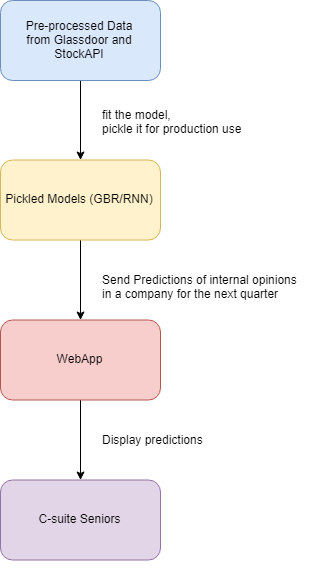
qinj/Internal_Sentiment_Towards_Workplace keeps this draw.io diagram as img/webapp_flowchart.png. Above is the earlier version. Source tidied: cells renumbered, new cells last; positions are measured from the earlier drawing's top-left corner, leaving out a move shared by most shapes.
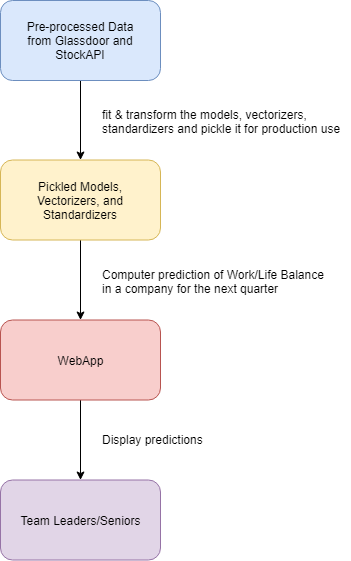
The same diagram one commit later.

The edit, as a diff of the source:
```diff
@@ -11,7 +11,7 @@
     <mxCell id="4" style="edgeStyle=orthogonalEdgeStyle;rounded=0;jettySize=auto;html=1;" parent="1" edge="1" source="5" target="7">
       <mxGeometry relative="1" as="geometry" />
     </mxCell>
-    <mxCell id="5" value="Pickled Models (GBR/RNN)" style="rounded=1;whiteSpace=wrap;html=1;fillColor=#fff2cc;strokeColor=#d6b656;" parent="1" vertex="1">
+    <mxCell id="5" value="Pickled Models,&lt;br&gt;Vectorizers, and Standardizers" style="rounded=1;whiteSpace=wrap;html=1;fillColor=#fff2cc;strokeColor=#d6b656;" parent="1" vertex="1">
       <mxGeometry y="159.5" width="160" height="80" as="geometry" />
     </mxCell>
     <mxCell id="6" style="edgeStyle=orthogonalEdgeStyle;rounded=0;jettySize=auto;html=1;" parent="1" edge="1" source="7" target="8">
@@ -20,20 +20,17 @@
     <mxCell id="7" value="WebApp" style="rounded=1;whiteSpace=wrap;html=1;fillColor=#f8cecc;strokeColor=#b85450;" parent="1" vertex="1">
       <mxGeometry y="319.5" width="160" height="80" as="geometry" />
     </mxCell>
-    <mxCell id="8" value="C-suite Seniors&lt;br&gt;" style="rounded=1;whiteSpace=wrap;html=1;fillColor=#e1d5e7;strokeColor=#9673a6;" parent="1" vertex="1">
+    <mxCell id="8" value="Team Leaders/Seniors&lt;br&gt;" style="rounded=1;whiteSpace=wrap;html=1;fillColor=#e1d5e7;strokeColor=#9673a6;" parent="1" vertex="1">
       <mxGeometry y="479.5" width="160" height="80" as="geometry" />
     </mxCell>
-    <mxCell id="9" value="Send Predictions of internal opinions &lt;br&gt;in a company for the next quarter" style="text;html=1;align=left;verticalAlign=top;spacingTop=-4;" parent="1" vertex="1">
-      <mxGeometry x="100" y="269.5" width="210" height="30" as="geometry" />
+    <mxCell id="9" value="Computer prediction of Work/Life Balance&lt;br&gt;in a company for the next quarter" style="text;html=1;align=left;verticalAlign=top;spacingTop=-4;" parent="1" vertex="1">
+      <mxGeometry x="100" y="264.5" width="240" height="30" as="geometry" />
     </mxCell>
     <mxCell id="10" value="&lt;span&gt;Display predictions&lt;/span&gt;" style="text;html=1;align=left;verticalAlign=top;spacingTop=-4;" parent="1" vertex="1">
       <mxGeometry x="100" y="429.5" width="120" height="20" as="geometry" />
     </mxCell>
-    <mxCell id="11" value="fit the model, &lt;br&gt;pickle it for production use" style="text;html=1;align=left;verticalAlign=top;spacingTop=-4;" parent="1" vertex="1">
-      <mxGeometry x="100" y="105" width="150" height="30" as="geometry" />
+    <mxCell id="11" value="fit &amp;amp; transform the models, vectorizers, &lt;br&gt;standardizers and pickle it for production use" style="text;html=1;align=left;verticalAlign=top;spacingTop=-4;" parent="1" vertex="1">
+      <mxGeometry x="100" y="105" width="250" height="30" as="geometry" />
     </mxCell>
-    <mxCell id="12" style="edgeStyle=orthogonalEdgeStyle;rounded=0;orthogonalLoop=1;jettySize=auto;html=1;exitX=0.5;exitY=1;exitDx=0;exitDy=0;" parent="1" edge="1" source="8" target="8">
-      <mxGeometry relative="1" as="geometry" />
-    </mxCell>
   </root>
 </mxGraphModel>
```
